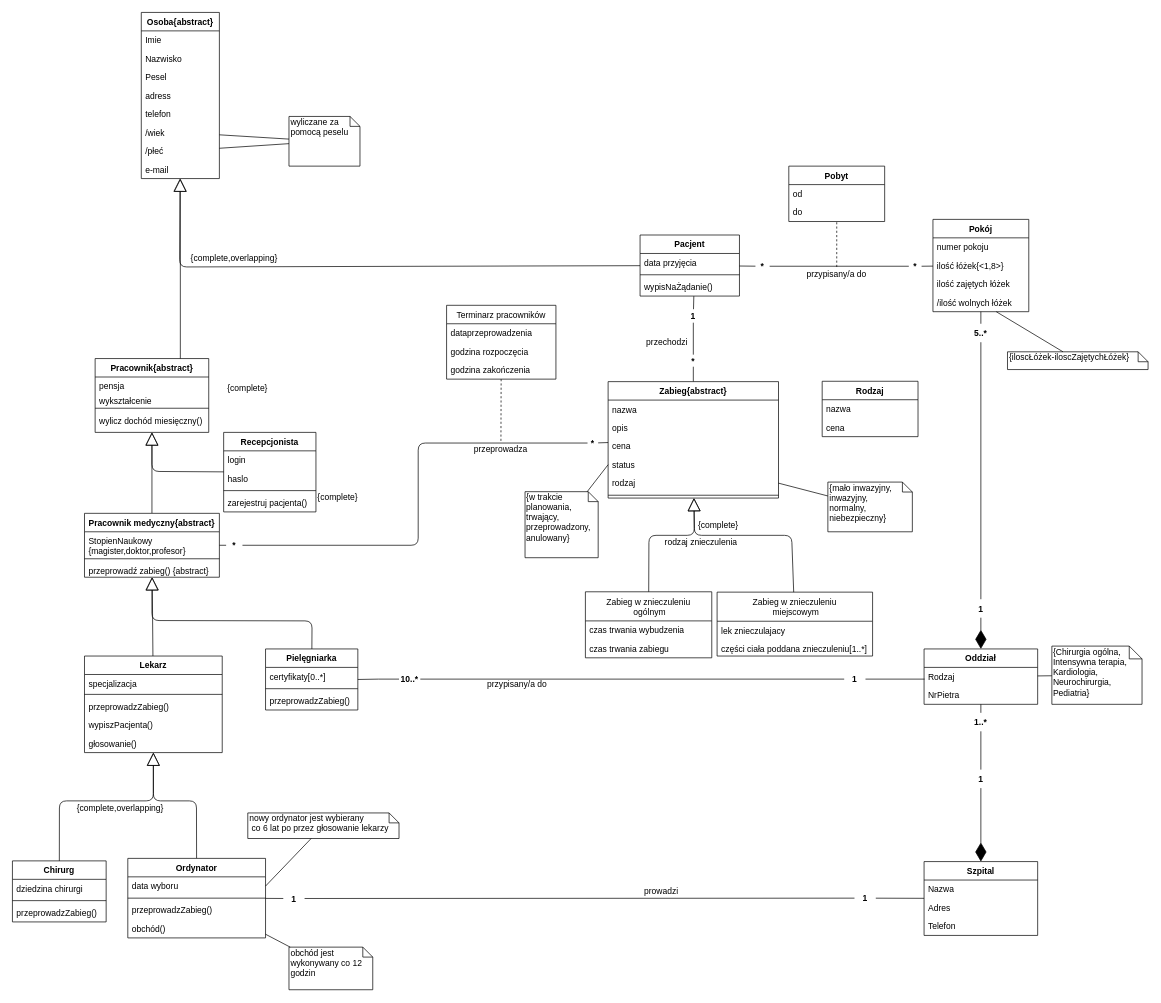
Before: page "class" (1 of 2) of Szpital.drawio in AleksanderStaruch/HospitalUML, a draw.io diagram. Source tidied: cells renumbered, new cells numbered last; positions are measured from the earlier drawing's top-left corner, leaving out a move shared by most shapes. Both pictures are drawn from the tidied source at 71%, with x=0, y=0 at pixel (12, 12).
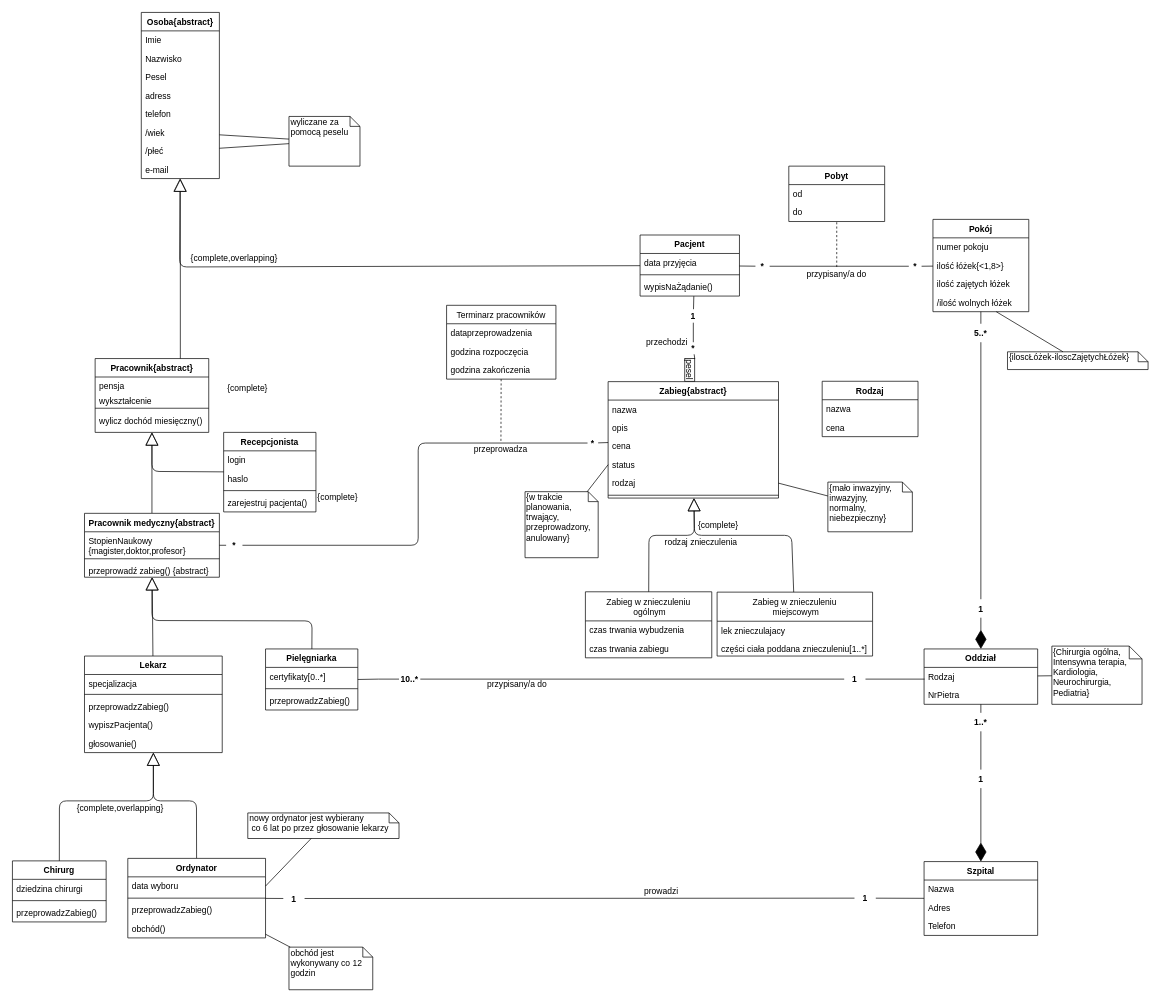
The same diagram, later.

The change refers to these unchanged cells:
```xml
<mxCell id="82" value="Zabieg{abstract}" style="swimlane;fontStyle=1;align=center;verticalAlign=top;horizontal=1;startSize=26;" parent="1" vertex="1">
  <mxGeometry x="839" y="520" width="240" height="164" as="geometry" />
</mxCell>
```

The edit, as a diff of the source:
```diff
@@
     <mxCell id="12" value="*" style="text;align=center;fontStyle=1;verticalAlign=middle;spacingLeft=3;spacingRight=3;strokeColor=none;points=[[0,0.5],[1,0.5]];portConstraint=eastwest;" parent="1" vertex="1">
-      <mxGeometry x="951.5" y="482" width="15" height="17" as="geometry" />
+      <mxGeometry x="951.5" y="464.5" width="15" height="17" as="geometry" />
     </mxCell>
-    <mxCell id="13" style="endArrow=none;html=1;" parent="1" edge="1" source="82" target="12">
+    <mxCell id="13" style="endArrow=none;html=1;exitX=0;exitY=0;exitDx=0;exitDy=0;" parent="1" edge="1" source="157" target="12">
       <mxGeometry relative="1" as="geometry" />
     </mxCell>
@@
+    <mxCell id="157" value="pesel" style="rounded=0;whiteSpace=wrap;html=1;rotation=90;" parent="1" vertex="1">
+      <mxGeometry x="938" y="496.5" width="32" height="14" as="geometry" />
+    </mxCell>
+    <mxCell id="158" style="endArrow=none;html=1;" parent="1" edge="1" source="82" target="157">
+      <mxGeometry relative="1" as="geometry" />
+    </mxCell>
```
